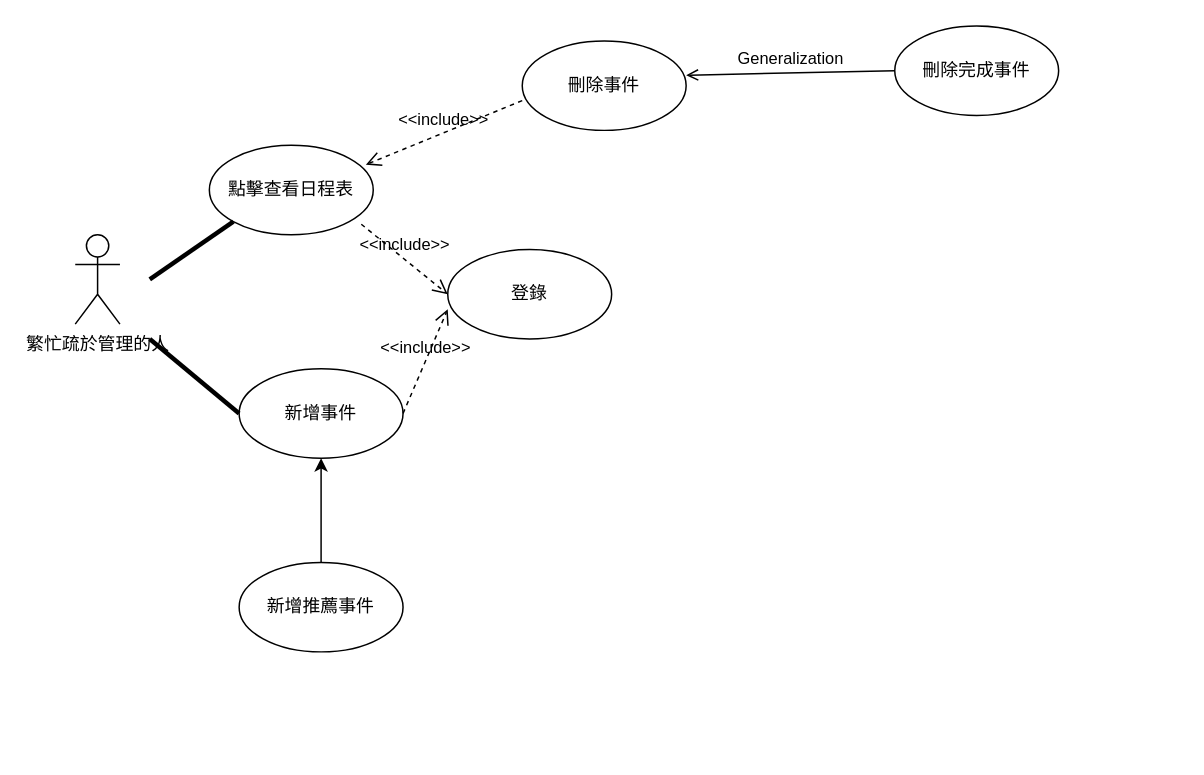
This is 使用者個案圖.drawio from Kevincheng0804/Graduation-Topic, a draw.io file, before an edit. Source tidied: cells renumbered, new cells numbered last; positions are measured from the earlier drawing's top-left corner, leaving out a move shared by most shapes. Both pictures are drawn from the tidied source at 149%, with x=0, y=0 at pixel (74, 25).
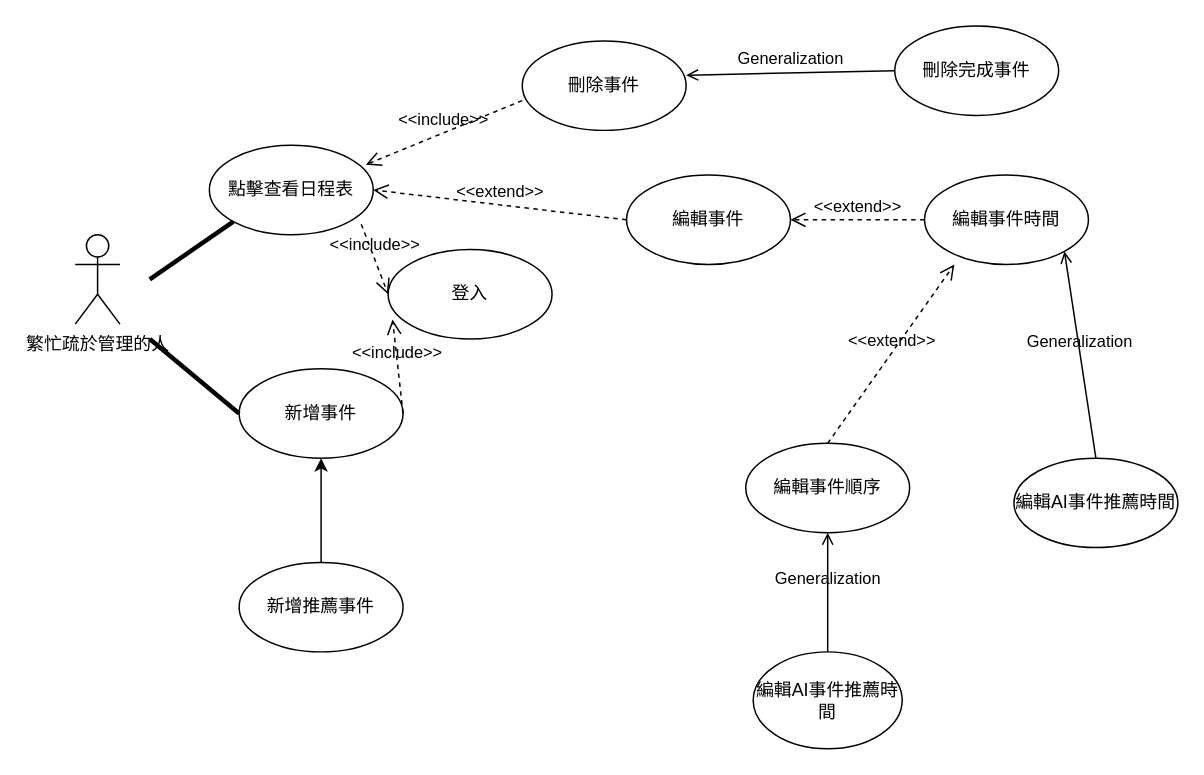
After the change.

Commit message (it also covers changes not shown here):
更新使用者個案圖.drawio

The change refers to these unchanged cells:
```xml
<mxCell id="3" value="點擊查看日程表" style="ellipse;html=1;whiteSpace=wrap;" parent="1" vertex="1">
  <mxGeometry x="90" y="80" width="110" height="60" as="geometry" />
</mxCell>
<mxCell id="11" value="新增事件" style="ellipse;html=1;whiteSpace=wrap;" parent="1" vertex="1">
  <mxGeometry x="110" y="230" width="110" height="60" as="geometry" />
</mxCell>
```

Diff of the diagram source:
```diff
@@
-    <mxCell id="13" value="&amp;lt;&amp;lt;include&amp;gt;&amp;gt;" style="endArrow=open;startArrow=none;endFill=0;startFill=0;endSize=8;html=1;verticalAlign=bottom;dashed=1;labelBackgroundColor=none;rounded=0;exitX=1;exitY=0.5;exitDx=0;exitDy=0;" parent="1" edge="1" source="11">
-      <mxGeometry relative="1" as="geometry">
-        <mxPoint x="250" y="190" as="targetPoint" />
-      </mxGeometry>
+    <mxCell id="13" value="&amp;lt;&amp;lt;include&amp;gt;&amp;gt;" style="endArrow=open;startArrow=none;endFill=0;startFill=0;endSize=8;html=1;verticalAlign=bottom;dashed=1;labelBackgroundColor=none;rounded=0;exitX=1;exitY=0.5;exitDx=0;exitDy=0;entryX=0.027;entryY=0.783;entryDx=0;entryDy=0;entryPerimeter=0;" parent="1" edge="1" source="11" target="15">
+      <mxGeometry relative="1" as="geometry" />
     </mxCell>
-    <mxCell id="14" value="&amp;lt;&amp;lt;include&amp;gt;&amp;gt;" style="endArrow=open;startArrow=none;endFill=0;startFill=0;endSize=8;html=1;verticalAlign=bottom;dashed=1;labelBackgroundColor=none;rounded=0;exitX=0.927;exitY=0.883;exitDx=0;exitDy=0;exitPerimeter=0;" parent="1" edge="1" source="3">
-      <mxGeometry relative="1" as="geometry">
-        <mxPoint x="250" y="180" as="targetPoint" />
-      </mxGeometry>
+    <mxCell id="14" value="&amp;lt;&amp;lt;include&amp;gt;&amp;gt;" style="endArrow=open;startArrow=none;endFill=0;startFill=0;endSize=8;html=1;verticalAlign=bottom;dashed=1;labelBackgroundColor=none;rounded=0;exitX=0.927;exitY=0.883;exitDx=0;exitDy=0;exitPerimeter=0;entryX=0;entryY=0.5;entryDx=0;entryDy=0;" parent="1" edge="1" source="3" target="15">
+      <mxGeometry relative="1" as="geometry" />
     </mxCell>
-    <mxCell id="15" value="登錄" style="ellipse;html=1;whiteSpace=wrap;" parent="1" vertex="1">
-      <mxGeometry x="250" y="150" width="110" height="60" as="geometry" />
+    <mxCell id="15" value="登入" style="ellipse;html=1;whiteSpace=wrap;" parent="1" vertex="1">
+      <mxGeometry x="210" y="150" width="110" height="60" as="geometry" />
     </mxCell>
+    <mxCell id="16" value="&lt;div&gt;編輯事件&lt;/div&gt;" style="ellipse;html=1;whiteSpace=wrap;" parent="1" vertex="1">
+      <mxGeometry x="370" y="100" width="110" height="60" as="geometry" />
+    </mxCell>
+    <mxCell id="17" value="&amp;lt;&amp;lt;extend&amp;gt;&amp;gt;" style="endArrow=open;startArrow=none;endFill=0;startFill=0;endSize=8;html=1;verticalAlign=bottom;dashed=1;labelBackgroundColor=none;rounded=0;entryX=1;entryY=0.5;entryDx=0;entryDy=0;exitX=0;exitY=0.5;exitDx=0;exitDy=0;" parent="1" edge="1" source="16" target="3">
+      <mxGeometry relative="1" as="geometry" />
+    </mxCell>
+    <mxCell id="18" value="&lt;div&gt;編輯事件時間&lt;/div&gt;" style="ellipse;html=1;whiteSpace=wrap;" parent="1" vertex="1">
+      <mxGeometry x="570" y="100" width="110" height="60" as="geometry" />
+    </mxCell>
+    <mxCell id="19" value="&amp;lt;&amp;lt;extend&amp;gt;&amp;gt;" style="endArrow=open;startArrow=none;endFill=0;startFill=0;endSize=8;html=1;verticalAlign=bottom;dashed=1;labelBackgroundColor=none;rounded=0;entryX=1;entryY=0.5;entryDx=0;entryDy=0;exitX=0;exitY=0.5;exitDx=0;exitDy=0;" parent="1" edge="1" source="18" target="16">
+      <mxGeometry relative="1" as="geometry" />
+    </mxCell>
+    <mxCell id="20" value="Generalization" style="html=1;verticalAlign=bottom;labelBackgroundColor=none;endArrow=open;endFill=0;rounded=0;entryX=1;entryY=1;entryDx=0;entryDy=0;exitX=0.5;exitY=0;exitDx=0;exitDy=0;" parent="1" edge="1" source="21" target="18">
+      <mxGeometry relative="1" as="geometry" />
+    </mxCell>
+    <mxCell id="21" value="&lt;div&gt;編輯AI事件推薦時間&lt;/div&gt;" style="ellipse;html=1;whiteSpace=wrap;" parent="1" vertex="1">
+      <mxGeometry x="630" y="290" width="110" height="60" as="geometry" />
+    </mxCell>
+    <mxCell id="22" value="&amp;lt;&amp;lt;extend&amp;gt;&amp;gt;" style="endArrow=open;startArrow=none;endFill=0;startFill=0;endSize=8;html=1;verticalAlign=bottom;dashed=1;labelBackgroundColor=none;rounded=0;entryX=0.182;entryY=1;entryDx=0;entryDy=0;entryPerimeter=0;exitX=0.5;exitY=0;exitDx=0;exitDy=0;" parent="1" edge="1" source="23" target="18">
+      <mxGeometry relative="1" as="geometry" />
+    </mxCell>
+    <mxCell id="23" value="&lt;div&gt;編輯事件順序&lt;/div&gt;" style="ellipse;html=1;whiteSpace=wrap;" parent="1" vertex="1">
+      <mxGeometry x="450" y="280" width="110" height="60" as="geometry" />
+    </mxCell>
+    <mxCell id="24" value="Generalization" style="html=1;verticalAlign=bottom;labelBackgroundColor=none;endArrow=open;endFill=0;rounded=0;entryX=0.5;entryY=1;entryDx=0;entryDy=0;exitX=0.5;exitY=0;exitDx=0;exitDy=0;" parent="1" edge="1" source="25" target="23">
+      <mxGeometry relative="1" as="geometry" />
+    </mxCell>
+    <mxCell id="25" value="編輯AI事件推薦時間" style="ellipse;html=1;whiteSpace=wrap;" parent="1" vertex="1">
+      <mxGeometry x="455" y="420" width="100" height="65" as="geometry" />
+    </mxCell>
```
